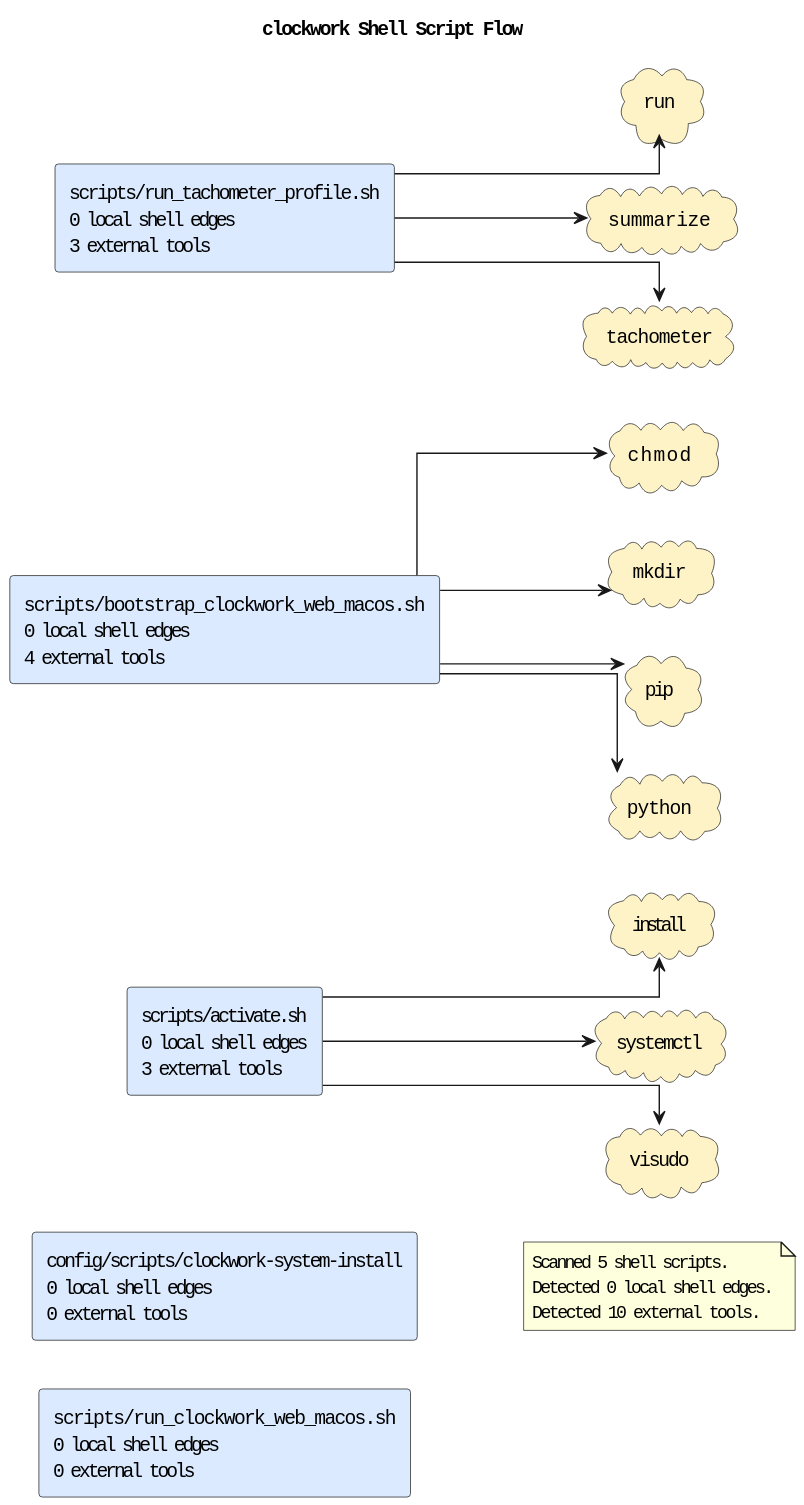
casonk/clockwork keeps this PlantUML diagram as docs/diagrams/shell-call-graph.puml.svg. Above is the earlier version.
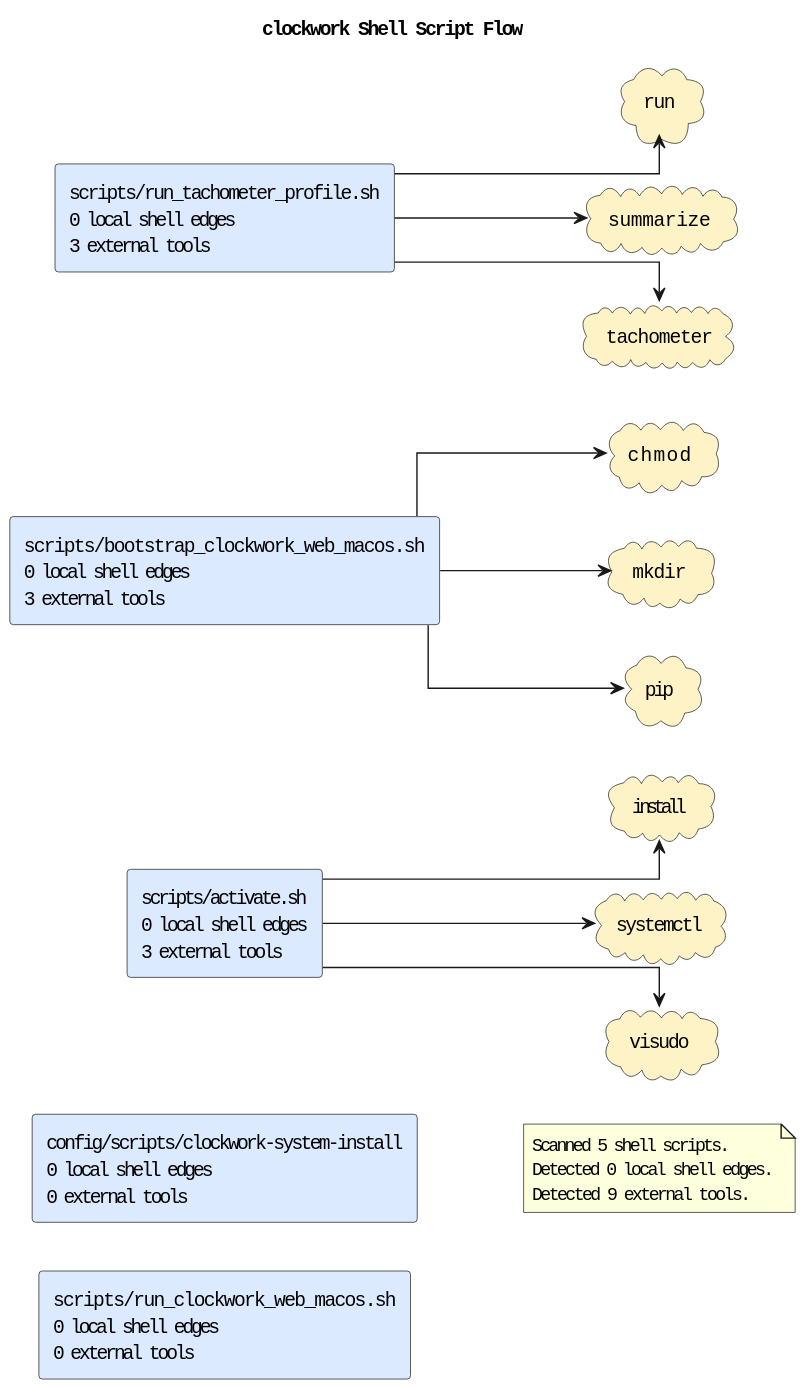
Above is the later version.

Diff of the diagram source:
```diff
@@ -7,14 +7,13 @@
 skinparam linetype ortho
 rectangle "config/scripts/clockwork-system-install\n0 local shell edges\n0 external tools" as shell_config_scripts_clockwork_system_install #DBEAFE
 rectangle "scripts/activate.sh\n0 local shell edges\n3 external tools" as shell_scripts_activate_sh #DBEAFE
-rectangle "scripts/bootstrap_clockwork_web_macos.sh\n0 local shell edges\n4 external tools" as shell_scripts_bootstrap_clockwork_web_macos_sh #DBEAFE
+rectangle "scripts/bootstrap_clockwork_web_macos.sh\n0 local shell edges\n3 external tools" as shell_scripts_bootstrap_clockwork_web_macos_sh #DBEAFE
 rectangle "scripts/run_clockwork_web_macos.sh\n0 local shell edges\n0 external tools" as shell_scripts_run_clockwork_web_macos_sh #DBEAFE
 rectangle "scripts/run_tachometer_profile.sh\n0 local shell edges\n3 external tools" as shell_scripts_run_tachometer_profile_sh #DBEAFE
 cloud "chmod" as tool_chmod #FEF3C7
 cloud "install" as tool_install #FEF3C7
 cloud "mkdir" as tool_mkdir #FEF3C7
 cloud "pip" as tool_pip #FEF3C7
-cloud "python" as tool_python #FEF3C7
 cloud "run" as tool_run #FEF3C7
 cloud "summarize" as tool_summarize #FEF3C7
 cloud "systemctl" as tool_systemctl #FEF3C7
@@ -26,13 +25,12 @@
 shell_scripts_bootstrap_clockwork_web_macos_sh --> tool_chmod
 shell_scripts_bootstrap_clockwork_web_macos_sh --> tool_mkdir
 shell_scripts_bootstrap_clockwork_web_macos_sh --> tool_pip
-shell_scripts_bootstrap_clockwork_web_macos_sh --> tool_python
 shell_scripts_run_tachometer_profile_sh --> tool_run
 shell_scripts_run_tachometer_profile_sh --> tool_summarize
 shell_scripts_run_tachometer_profile_sh --> tool_tachometer
 note as shellGraphSummary
 Scanned 5 shell scripts.
 Detected 0 local shell edges.
-Detected 10 external tools.
+Detected 9 external tools.
 end note
 @enduml
```
